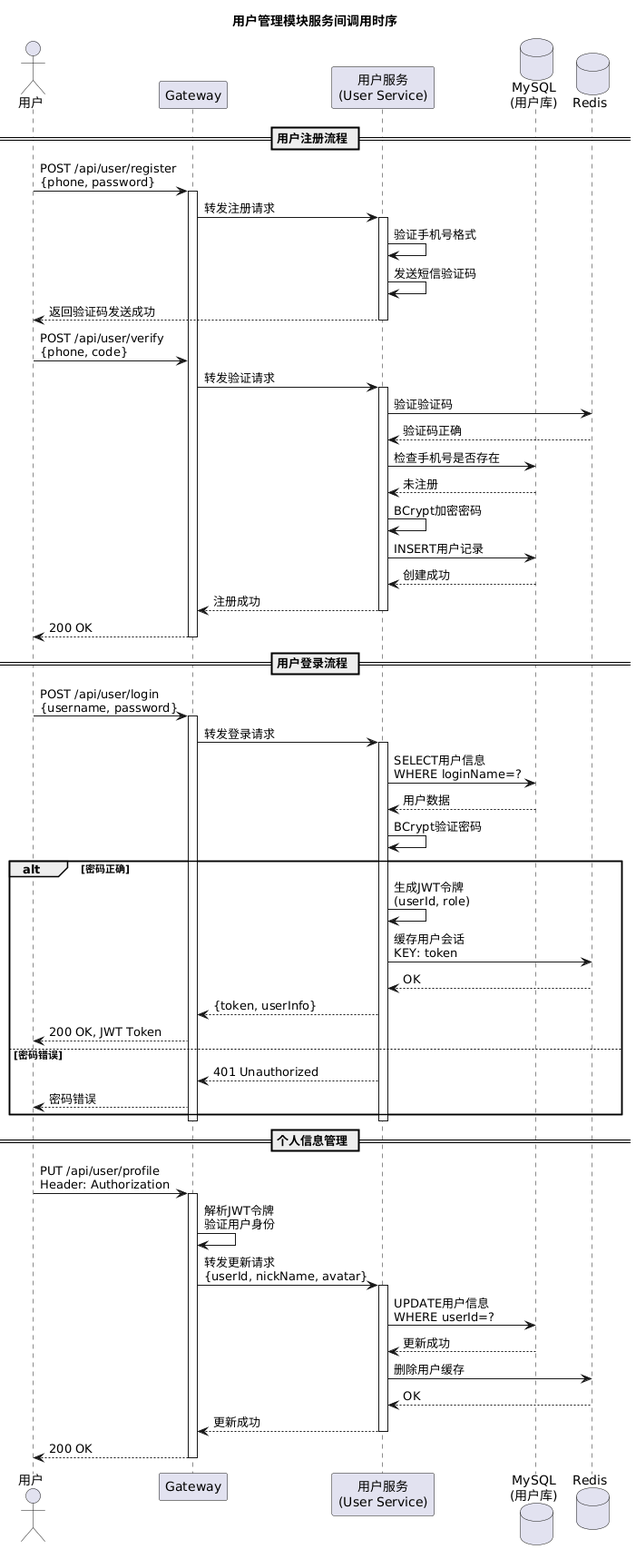
Before: projects/mall/paper/assets/diagrams/uml/sequence-user.png, a diagram exported from PlantUML (jiongQAQ/promptx_tools). The source it was exported from:
```plantuml
@startuml
title 用户管理模块服务间调用时序

actor "用户" as User
participant "Gateway" as Gateway
participant "用户服务\n(User Service)" as UserService
database "MySQL\n(用户库)" as UserDB
database "Redis" as Redis

== 用户注册流程 ==

User -> Gateway: POST /api/user/register\n{phone, password}
activate Gateway

Gateway -> UserService: 转发注册请求
activate UserService

UserService -> UserService: 验证手机号格式
UserService -> UserService: 发送短信验证码

UserService --> User: 返回验证码发送成功
deactivate UserService

User -> Gateway: POST /api/user/verify\n{phone, code}
Gateway -> UserService: 转发验证请求
activate UserService

UserService -> Redis: 验证验证码
Redis --> UserService: 验证码正确

UserService -> UserDB: 检查手机号是否存在
UserDB --> UserService: 未注册

UserService -> UserService: BCrypt加密密码
UserService -> UserDB: INSERT用户记录
UserDB --> UserService: 创建成功

UserService --> Gateway: 注册成功
deactivate UserService
Gateway --> User: 200 OK
deactivate Gateway

== 用户登录流程 ==

User -> Gateway: POST /api/user/login\n{username, password}
activate Gateway

Gateway -> UserService: 转发登录请求
activate UserService

UserService -> UserDB: SELECT用户信息\nWHERE loginName=?
UserDB --> UserService: 用户数据

UserService -> UserService: BCrypt验证密码

alt 密码正确
  UserService -> UserService: 生成JWT令牌\n(userId, role)
  UserService -> Redis: 缓存用户会话\nKEY: token
  Redis --> UserService: OK

  UserService --> Gateway: {token, userInfo}
  Gateway --> User: 200 OK, JWT Token

else 密码错误
  UserService --> Gateway: 401 Unauthorized
  Gateway --> User: 密码错误
end

deactivate UserService
deactivate Gateway

== 个人信息管理 ==

User -> Gateway: PUT /api/user/profile\nHeader: Authorization
activate Gateway

Gateway -> Gateway: 解析JWT令牌\n验证用户身份

Gateway -> UserService: 转发更新请求\n{userId, nickName, avatar}
activate UserService

UserService -> UserDB: UPDATE用户信息\nWHERE userId=?
UserDB --> UserService: 更新成功

UserService -> Redis: 删除用户缓存
Redis --> UserService: OK

UserService --> Gateway: 更新成功
deactivate UserService
Gateway --> User: 200 OK
deactivate Gateway
@enduml
```
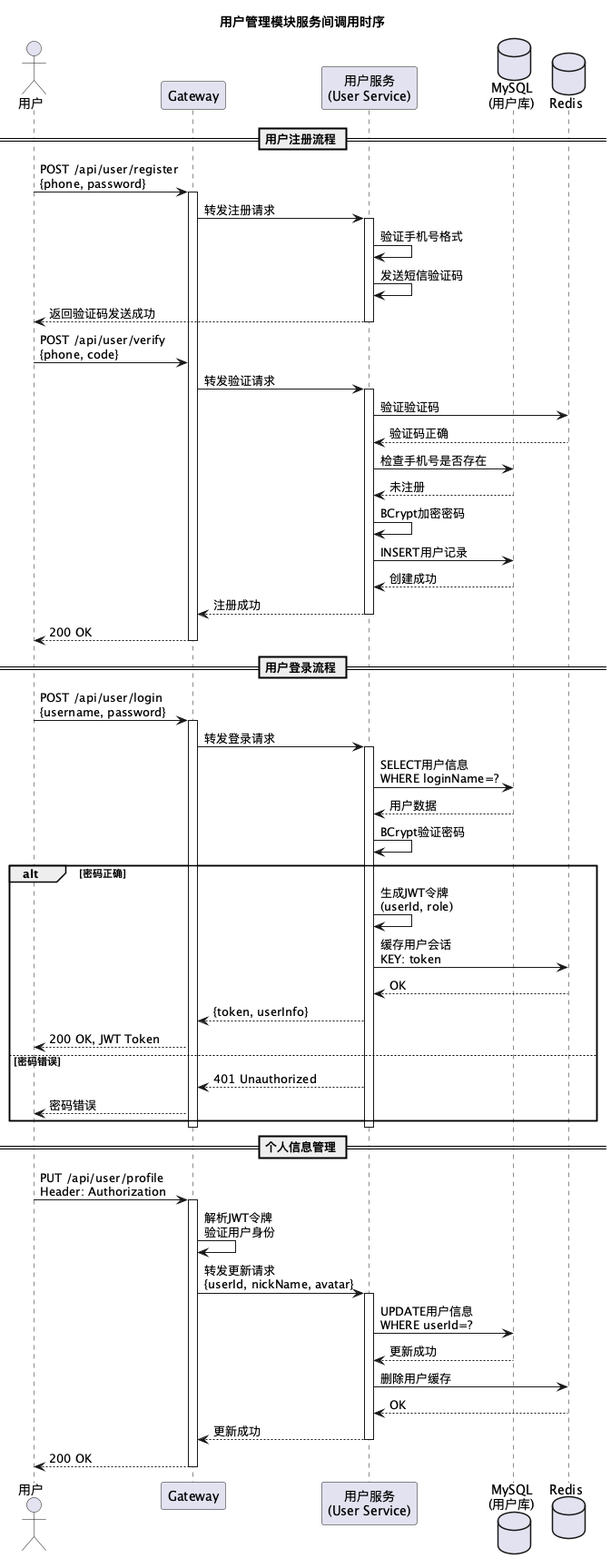
Later version of the same file.

The edit, as a diff of the source:
```diff
@@ -1,4 +1,10 @@
-@startuml
+@startuml sequence-user
+
+!pragma layout smetana
+skinparam linetype ortho
+skinparam nodesep 80
+skinparam ranksep 80
+
 title 用户管理模块服务间调用时序
 
 actor "用户" as User
@@ -89,4 +95,5 @@
 deactivate UserService
 Gateway --> User: 200 OK
 deactivate Gateway
+
 @enduml
```
